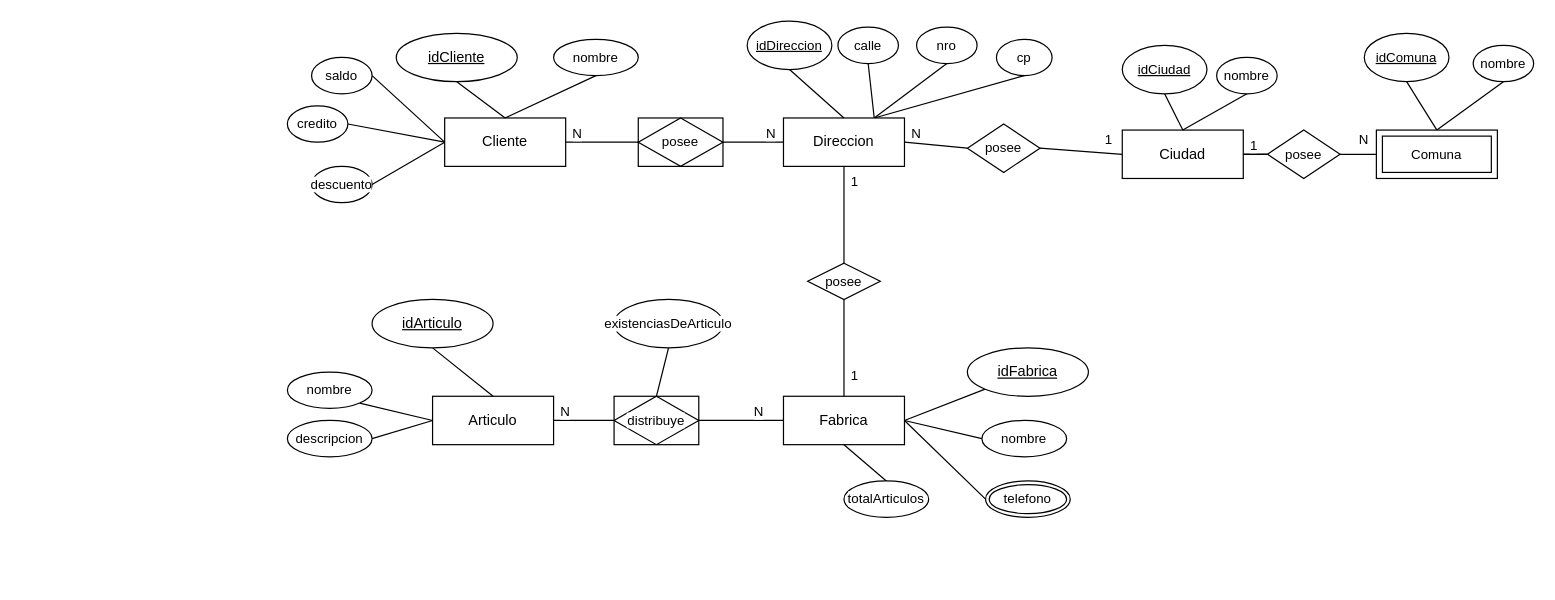
The draw.io diagram ej9.drawio in Donnie-MS/DiagramasUML-BaseDeDatos-Objetos2, before the edit. Source tidied: cells renumbered, new cells numbered last; positions are measured from the earlier drawing's top-left corner, leaving out a move shared by most shapes. Both pictures are drawn from the tidied source at 121%, with x=0, y=0 at pixel (287, 21).
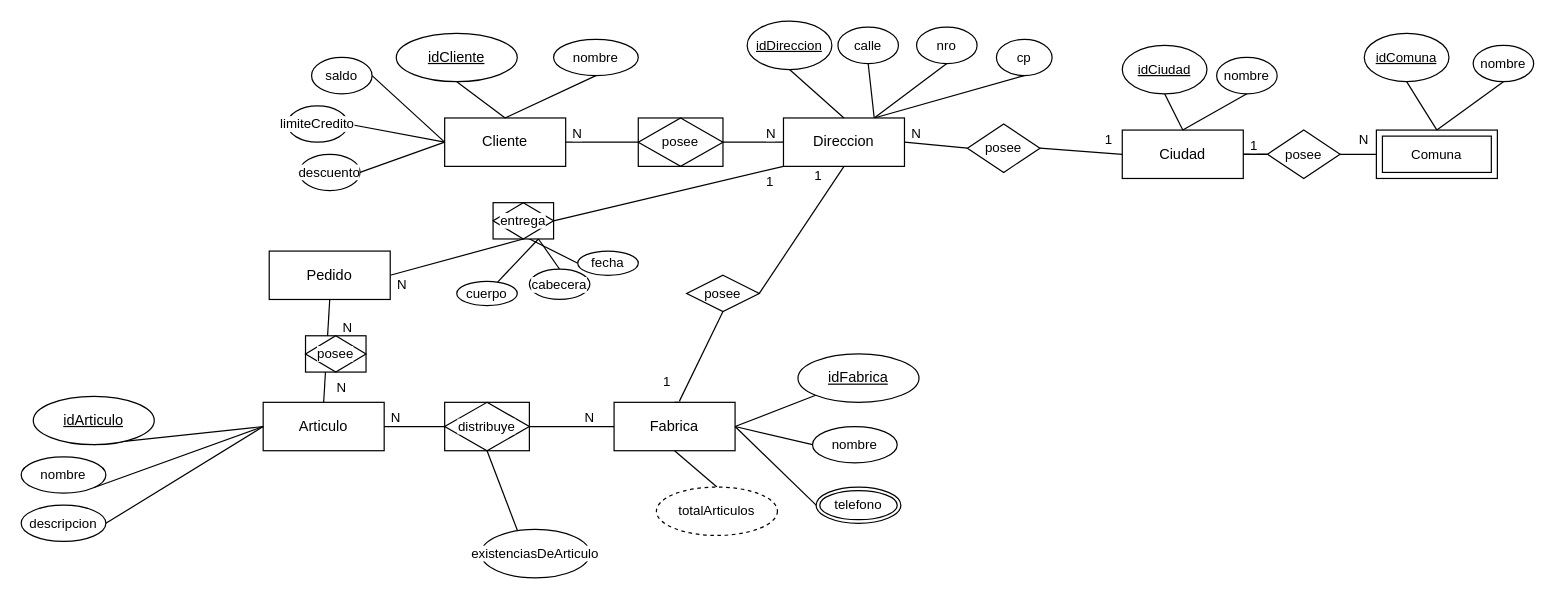
The same diagram, later.

Unchanged cells that the change refers to:
```xml
<mxCell id="10" value="Direccion" style="whiteSpace=wrap;html=1;align=center;" parent="1" vertex="1">
  <mxGeometry x="410" y="80" width="100" height="40" as="geometry" />
</mxCell>
```

The edit, as a diff of the source:
```diff
@@
-    <mxCell id="25" value="credito" style="ellipse;whiteSpace=wrap;html=1;align=center;fontFamily=Helvetica;fontSize=11;fontColor=default;labelBackgroundColor=default;" parent="1" vertex="1">
+    <mxCell id="25" value="limiteCredito" style="ellipse;whiteSpace=wrap;html=1;align=center;fontFamily=Helvetica;fontSize=11;fontColor=default;labelBackgroundColor=default;" parent="1" vertex="1">
       <mxGeometry y="70" width="50" height="30" as="geometry" />
     </mxCell>
@@
     <mxCell id="27" value="descuento" style="ellipse;whiteSpace=wrap;html=1;align=center;fontFamily=Helvetica;fontSize=11;fontColor=default;labelBackgroundColor=default;" parent="1" vertex="1">
-      <mxGeometry x="20" y="120" width="50" height="30" as="geometry" />
+      <mxGeometry x="10" y="110" width="50" height="30" as="geometry" />
     </mxCell>
@@
     <mxCell id="29" value="Articulo" style="whiteSpace=wrap;html=1;align=center;" parent="1" vertex="1">
-      <mxGeometry x="120" y="310" width="100" height="40" as="geometry" />
+      <mxGeometry x="-20" y="315" width="100" height="40" as="geometry" />
     </mxCell>
@@
-    <mxCell id="31" style="edgeStyle=none;shape=connector;rounded=0;jettySize=auto;html=1;exitX=0.5;exitY=0;exitDx=0;exitDy=0;entryX=0.5;entryY=1;entryDx=0;entryDy=0;strokeColor=default;align=center;verticalAlign=middle;fontFamily=Helvetica;fontSize=11;fontColor=default;labelBackgroundColor=default;endArrow=none;" parent="1" edge="1" source="54" target="10">
+    <mxCell id="31" style="edgeStyle=none;shape=connector;rounded=0;jettySize=auto;html=1;exitX=1;exitY=0.5;exitDx=0;exitDy=0;entryX=0.5;entryY=1;entryDx=0;entryDy=0;strokeColor=default;align=center;verticalAlign=middle;fontFamily=Helvetica;fontSize=11;fontColor=default;labelBackgroundColor=default;endArrow=none;" parent="1" edge="1" source="54" target="10">
       <mxGeometry relative="1" as="geometry" />
     </mxCell>
     <mxCell id="32" value="Fabrica" style="whiteSpace=wrap;html=1;align=center;" parent="1" vertex="1">
-      <mxGeometry x="410" y="310" width="100" height="40" as="geometry" />
+      <mxGeometry x="270" y="315" width="100" height="40" as="geometry" />
     </mxCell>
@@
     <mxCell id="34" value="distribuye" style="shape=associativeEntity;whiteSpace=wrap;html=1;align=center;fontFamily=Helvetica;fontSize=11;fontColor=default;labelBackgroundColor=default;" parent="1" vertex="1">
-      <mxGeometry x="270" y="310" width="70" height="40" as="geometry" />
+      <mxGeometry x="130" y="315" width="70" height="40" as="geometry" />
     </mxCell>
     <mxCell id="35" value="N" style="text;strokeColor=none;fillColor=none;spacingLeft=4;spacingRight=4;overflow=hidden;fontSize=11;whiteSpace=wrap;html=1;fontFamily=Helvetica;fontColor=default;labelBackgroundColor=default;" parent="1" vertex="1">
-      <mxGeometry x="380" y="310" width="20" height="30" as="geometry" />
+      <mxGeometry x="240" y="315" width="20" height="30" as="geometry" />
     </mxCell>
     <mxCell id="36" value="N" style="text;strokeColor=none;fillColor=none;spacingLeft=4;spacingRight=4;overflow=hidden;fontSize=11;whiteSpace=wrap;html=1;fontFamily=Helvetica;fontColor=default;labelBackgroundColor=default;" parent="1" vertex="1">
-      <mxGeometry x="220" y="310" width="20" height="30" as="geometry" />
+      <mxGeometry x="80" y="315" width="20" height="30" as="geometry" />
     </mxCell>
-    <mxCell id="37" style="edgeStyle=none;shape=connector;rounded=0;jettySize=auto;html=1;exitX=0.5;exitY=1;exitDx=0;exitDy=0;entryX=0.5;entryY=0;entryDx=0;entryDy=0;strokeColor=default;align=center;verticalAlign=middle;fontFamily=Helvetica;fontSize=11;fontColor=default;labelBackgroundColor=default;endArrow=none;" parent="1" edge="1" source="38" target="34">
+    <mxCell id="37" style="edgeStyle=none;shape=connector;rounded=0;jettySize=auto;html=1;exitX=0.5;exitY=1;exitDx=0;exitDy=0;strokeColor=default;align=center;verticalAlign=middle;fontFamily=Helvetica;fontSize=11;fontColor=default;labelBackgroundColor=default;endArrow=none;entryX=0.5;entryY=1;entryDx=0;entryDy=0;" parent="1" edge="1" source="38" target="34">
       <mxGeometry relative="1" as="geometry" />
     </mxCell>
     <mxCell id="38" value="existenciasDeArticulo" style="ellipse;whiteSpace=wrap;html=1;align=center;fontFamily=Helvetica;fontSize=11;fontColor=default;labelBackgroundColor=default;" parent="1" vertex="1">
-      <mxGeometry x="270" y="230" width="90" height="40" as="geometry" />
+      <mxGeometry x="160" y="420" width="90" height="40" as="geometry" />
     </mxCell>
-    <mxCell id="39" style="edgeStyle=none;shape=connector;rounded=0;jettySize=auto;html=1;exitX=0.5;exitY=1;exitDx=0;exitDy=0;entryX=0.5;entryY=0;entryDx=0;entryDy=0;strokeColor=default;align=center;verticalAlign=middle;fontFamily=Helvetica;fontSize=11;fontColor=default;labelBackgroundColor=default;endArrow=none;" parent="1" edge="1" source="40" target="29">
+    <mxCell id="39" style="edgeStyle=none;shape=connector;rounded=0;jettySize=auto;html=1;exitX=0.5;exitY=1;exitDx=0;exitDy=0;entryX=0;entryY=0.5;entryDx=0;entryDy=0;strokeColor=default;align=center;verticalAlign=middle;fontFamily=Helvetica;fontSize=11;fontColor=default;labelBackgroundColor=default;endArrow=none;" parent="1" edge="1" source="40" target="29">
       <mxGeometry relative="1" as="geometry" />
     </mxCell>
     <mxCell id="40" value="idArticulo" style="ellipse;whiteSpace=wrap;html=1;align=center;fontStyle=4;" parent="1" vertex="1">
-      <mxGeometry x="70" y="230" width="100" height="40" as="geometry" />
+      <mxGeometry x="-210" y="310" width="100" height="40" as="geometry" />
     </mxCell>
@@
     <mxCell id="42" value="idFabrica" style="ellipse;whiteSpace=wrap;html=1;align=center;fontStyle=4;" parent="1" vertex="1">
-      <mxGeometry x="562" y="270" width="100" height="40" as="geometry" />
+      <mxGeometry x="422" y="275" width="100" height="40" as="geometry" />
     </mxCell>
@@
     <mxCell id="45" value="nombre" style="ellipse;whiteSpace=wrap;html=1;align=center;fontFamily=Helvetica;fontSize=11;fontColor=default;labelBackgroundColor=default;" parent="1" vertex="1">
-      <mxGeometry y="290" width="70" height="30" as="geometry" />
+      <mxGeometry x="-220" y="360" width="70" height="30" as="geometry" />
     </mxCell>
     <mxCell id="46" style="edgeStyle=none;shape=connector;rounded=0;jettySize=auto;html=1;exitX=1;exitY=0.5;exitDx=0;exitDy=0;strokeColor=default;align=center;verticalAlign=middle;fontFamily=Helvetica;fontSize=11;fontColor=default;labelBackgroundColor=default;endArrow=none;" parent="1" edge="1" source="47">
       <mxGeometry relative="1" as="geometry">
-        <mxPoint x="120" y="330" as="targetPoint" />
+        <mxPoint x="-20" y="335" as="targetPoint" />
       </mxGeometry>
     </mxCell>
     <mxCell id="47" value="descripcion" style="ellipse;whiteSpace=wrap;html=1;align=center;fontFamily=Helvetica;fontSize=11;fontColor=default;labelBackgroundColor=default;" parent="1" vertex="1">
-      <mxGeometry y="330" width="70" height="30" as="geometry" />
+      <mxGeometry x="-220" y="400" width="70" height="30" as="geometry" />
     </mxCell>
     <mxCell id="48" value="nombre" style="ellipse;whiteSpace=wrap;html=1;align=center;fontFamily=Helvetica;fontSize=11;fontColor=default;labelBackgroundColor=default;" parent="1" vertex="1">
-      <mxGeometry x="574" y="330" width="70" height="30" as="geometry" />
+      <mxGeometry x="434" y="335" width="70" height="30" as="geometry" />
     </mxCell>
     <mxCell id="49" style="edgeStyle=none;shape=connector;rounded=0;jettySize=auto;html=1;exitX=0;exitY=0.5;exitDx=0;exitDy=0;strokeColor=default;align=center;verticalAlign=middle;fontFamily=Helvetica;fontSize=11;fontColor=default;labelBackgroundColor=default;endArrow=none;" parent="1" edge="1" source="50">
       <mxGeometry relative="1" as="geometry">
-        <mxPoint x="510" y="330" as="targetPoint" />
+        <mxPoint x="370" y="335" as="targetPoint" />
       </mxGeometry>
     </mxCell>
     <mxCell id="50" value="telefono" style="ellipse;shape=doubleEllipse;margin=3;whiteSpace=wrap;html=1;align=center;fontFamily=Helvetica;fontSize=11;fontColor=default;labelBackgroundColor=default;" parent="1" vertex="1">
-      <mxGeometry x="577" y="380" width="70" height="30" as="geometry" />
+      <mxGeometry x="437" y="385" width="70" height="30" as="geometry" />
     </mxCell>
     <mxCell id="51" value="1" style="text;strokeColor=none;fillColor=none;spacingLeft=4;spacingRight=4;overflow=hidden;fontSize=11;whiteSpace=wrap;html=1;fontFamily=Helvetica;fontColor=default;labelBackgroundColor=default;" parent="1" vertex="1">
-      <mxGeometry x="460" y="120" width="40" height="30" as="geometry" />
+      <mxGeometry x="430" y="115" width="40" height="30" as="geometry" />
     </mxCell>
-    <mxCell id="52" value="1" style="text;strokeColor=none;fillColor=none;spacingLeft=4;spacingRight=4;overflow=hidden;points=[[0,0.5],[1,0.5]];portConstraint=eastwest;fontSize=11;whiteSpace=wrap;html=1;fontFamily=Helvetica;fontColor=default;labelBackgroundColor=default;" parent="1" vertex="1">
-      <mxGeometry x="460" y="280" width="40" height="30" as="geometry" />
-    </mxCell>
-    <mxCell id="53" style="edgeStyle=none;shape=connector;rounded=0;jettySize=auto;html=1;exitX=0.5;exitY=0;exitDx=0;exitDy=0;entryX=0.5;entryY=1;entryDx=0;entryDy=0;strokeColor=default;align=center;verticalAlign=middle;fontFamily=Helvetica;fontSize=11;fontColor=default;labelBackgroundColor=default;endArrow=none;" parent="1" edge="1" source="32" target="54">
+    <mxCell id="53" style="edgeStyle=none;shape=connector;rounded=0;jettySize=auto;html=1;exitX=0.475;exitY=0.967;exitDx=0;exitDy=0;entryX=0.5;entryY=1;entryDx=0;entryDy=0;strokeColor=default;align=center;verticalAlign=middle;fontFamily=Helvetica;fontSize=11;fontColor=default;labelBackgroundColor=default;endArrow=none;exitPerimeter=0;" parent="1" edge="1" source="52" target="54">
       <mxGeometry relative="1" as="geometry" />
     </mxCell>
     <mxCell id="54" value="posee" style="shape=rhombus;perimeter=rhombusPerimeter;whiteSpace=wrap;html=1;align=center;fontFamily=Helvetica;fontSize=11;fontColor=default;labelBackgroundColor=default;" parent="1" vertex="1">
-      <mxGeometry x="430" y="200" width="60" height="30" as="geometry" />
+      <mxGeometry x="330" y="210" width="60" height="30" as="geometry" />
     </mxCell>
-    <mxCell id="55" style="edgeStyle=none;shape=connector;rounded=0;jettySize=auto;html=1;exitX=0.5;exitY=0;exitDx=0;exitDy=0;entryX=0.5;entryY=1;entryDx=0;entryDy=0;strokeColor=default;align=center;verticalAlign=middle;fontFamily=Helvetica;fontSize=11;fontColor=default;labelBackgroundColor=default;endArrow=none;" parent="1" edge="1" source="56" target="32">
-      <mxGeometry relative="1" as="geometry" />
+    <mxCell id="55" style="edgeStyle=none;shape=connector;rounded=0;jettySize=auto;html=1;exitX=0.5;exitY=0;exitDx=0;exitDy=0;entryX=0.5;entryY=1;entryDx=0;entryDy=0;strokeColor=default;align=center;verticalAlign=middle;fontFamily=Helvetica;fontSize=11;fontColor=default;labelBackgroundColor=default;endArrow=none;" parent="1" edge="1" target="32">
+      <mxGeometry relative="1" as="geometry">
+        <mxPoint x="355" y="385" as="sourcePoint" />
+      </mxGeometry>
     </mxCell>
-    <mxCell id="56" value="totalArticulos" style="ellipse;whiteSpace=wrap;html=1;align=center;fontFamily=Helvetica;fontSize=11;fontColor=default;labelBackgroundColor=default;" parent="1" vertex="1">
-      <mxGeometry x="460" y="380" width="70" height="30" as="geometry" />
-    </mxCell>
@@
+    <mxCell id="77" style="edgeStyle=none;shape=connector;rounded=0;jettySize=auto;html=1;exitX=1;exitY=0.5;exitDx=0;exitDy=0;entryX=0;entryY=1;entryDx=0;entryDy=0;strokeColor=default;align=center;verticalAlign=middle;fontFamily=Helvetica;fontSize=11;fontColor=default;labelBackgroundColor=default;endArrow=none;" parent="1" edge="1" source="86" target="10">
+      <mxGeometry relative="1" as="geometry" />
+    </mxCell>
+    <mxCell id="78" style="edgeStyle=none;shape=connector;rounded=0;jettySize=auto;html=1;exitX=0.5;exitY=1;exitDx=0;exitDy=0;entryX=0.5;entryY=0;entryDx=0;entryDy=0;strokeColor=default;align=center;verticalAlign=middle;fontFamily=Helvetica;fontSize=11;fontColor=default;labelBackgroundColor=default;endArrow=none;" parent="1" edge="1" source="80" target="29">
+      <mxGeometry relative="1" as="geometry" />
+    </mxCell>
+    <mxCell id="79" style="edgeStyle=none;shape=connector;rounded=0;jettySize=auto;html=1;exitX=1;exitY=0.5;exitDx=0;exitDy=0;entryX=0.5;entryY=1;entryDx=0;entryDy=0;strokeColor=default;align=center;verticalAlign=middle;fontFamily=Helvetica;fontSize=11;fontColor=default;labelBackgroundColor=default;endArrow=none;" parent="1" edge="1" source="80" target="86">
+      <mxGeometry relative="1" as="geometry" />
+    </mxCell>
+    <mxCell id="80" value="Pedido" style="whiteSpace=wrap;html=1;align=center;" parent="1" vertex="1">
+      <mxGeometry x="-15" y="190" width="100" height="40" as="geometry" />
+    </mxCell>
+    <mxCell id="81" style="edgeStyle=none;shape=connector;rounded=0;jettySize=auto;html=1;exitX=0.5;exitY=0;exitDx=0;exitDy=0;entryX=0.5;entryY=1;entryDx=0;entryDy=0;strokeColor=default;align=center;verticalAlign=middle;fontFamily=Helvetica;fontSize=11;fontColor=default;labelBackgroundColor=default;endArrow=none;" parent="1" edge="1" source="32" target="52">
+      <mxGeometry relative="1" as="geometry" />
+    </mxCell>
+    <mxCell id="52" value="1" style="text;strokeColor=none;fillColor=none;spacingLeft=4;spacingRight=4;overflow=hidden;points=[[0,0.5],[1,0.5]];portConstraint=eastwest;fontSize=11;whiteSpace=wrap;html=1;fontFamily=Helvetica;fontColor=default;labelBackgroundColor=default;" parent="1" vertex="1">
+      <mxGeometry x="305" y="285" width="40" height="30" as="geometry" />
+    </mxCell>
+    <mxCell id="82" value="N" style="text;strokeColor=none;fillColor=none;spacingLeft=4;spacingRight=4;overflow=hidden;fontSize=11;whiteSpace=wrap;html=1;fontFamily=Helvetica;fontColor=default;labelBackgroundColor=default;" parent="1" vertex="1">
+      <mxGeometry x="35" y="290" width="20" height="30" as="geometry" />
+    </mxCell>
+    <mxCell id="83" value="N" style="text;strokeColor=none;fillColor=none;spacingLeft=4;spacingRight=4;overflow=hidden;fontSize=11;whiteSpace=wrap;html=1;fontFamily=Helvetica;fontColor=default;labelBackgroundColor=default;" parent="1" vertex="1">
+      <mxGeometry x="40" y="240" width="20" height="30" as="geometry" />
+    </mxCell>
+    <mxCell id="84" value="posee" style="shape=associativeEntity;whiteSpace=wrap;html=1;align=center;fontFamily=Helvetica;fontSize=11;fontColor=default;labelBackgroundColor=default;" parent="1" vertex="1">
+      <mxGeometry x="15" y="260" width="50" height="30" as="geometry" />
+    </mxCell>
+    <mxCell id="85" style="edgeStyle=none;shape=connector;rounded=0;jettySize=auto;html=1;exitX=0.587;exitY=0.989;exitDx=0;exitDy=0;entryX=0;entryY=0.5;entryDx=0;entryDy=0;strokeColor=default;align=center;verticalAlign=middle;fontFamily=Helvetica;fontSize=11;fontColor=default;labelBackgroundColor=default;endArrow=none;exitPerimeter=0;" parent="1" edge="1" source="86" target="92">
+      <mxGeometry relative="1" as="geometry" />
+    </mxCell>
+    <mxCell id="86" value="entrega" style="shape=associativeEntity;whiteSpace=wrap;html=1;align=center;fontFamily=Helvetica;fontSize=11;fontColor=default;labelBackgroundColor=default;" parent="1" vertex="1">
+      <mxGeometry x="170" y="150" width="50" height="30" as="geometry" />
+    </mxCell>
+    <mxCell id="87" value="1" style="text;strokeColor=none;fillColor=none;spacingLeft=4;spacingRight=4;overflow=hidden;fontSize=11;whiteSpace=wrap;html=1;fontFamily=Helvetica;fontColor=default;labelBackgroundColor=default;" parent="1" vertex="1">
+      <mxGeometry x="390" y="120" width="20" height="30" as="geometry" />
+    </mxCell>
+    <mxCell id="88" style="edgeStyle=none;shape=connector;rounded=0;jettySize=auto;html=1;exitX=0.5;exitY=0;exitDx=0;exitDy=0;entryX=0.75;entryY=1;entryDx=0;entryDy=0;strokeColor=default;align=center;verticalAlign=middle;fontFamily=Helvetica;fontSize=11;fontColor=default;labelBackgroundColor=default;endArrow=none;" parent="1" edge="1" source="89" target="86">
+      <mxGeometry relative="1" as="geometry" />
+    </mxCell>
+    <mxCell id="89" value="cabecera" style="ellipse;whiteSpace=wrap;html=1;align=center;fontFamily=Helvetica;fontSize=11;fontColor=default;labelBackgroundColor=default;" parent="1" vertex="1">
+      <mxGeometry x="200" y="205" width="50" height="25" as="geometry" />
+    </mxCell>
+    <mxCell id="90" style="edgeStyle=none;shape=connector;rounded=0;jettySize=auto;html=1;strokeColor=default;align=center;verticalAlign=middle;fontFamily=Helvetica;fontSize=11;fontColor=default;labelBackgroundColor=default;endArrow=none;entryX=0.75;entryY=1;entryDx=0;entryDy=0;" parent="1" edge="1" source="91" target="86">
+      <mxGeometry relative="1" as="geometry" />
+    </mxCell>
+    <mxCell id="91" value="cuerpo" style="ellipse;whiteSpace=wrap;html=1;align=center;fontFamily=Helvetica;fontSize=11;fontColor=default;labelBackgroundColor=default;" parent="1" vertex="1">
+      <mxGeometry x="140" y="215" width="50" height="20" as="geometry" />
+    </mxCell>
+    <mxCell id="92" value="fecha" style="ellipse;whiteSpace=wrap;html=1;align=center;fontFamily=Helvetica;fontSize=11;fontColor=default;labelBackgroundColor=default;" parent="1" vertex="1">
+      <mxGeometry x="240" y="190" width="50" height="20" as="geometry" />
+    </mxCell>
+    <mxCell id="56" value="totalArticulos" style="ellipse;whiteSpace=wrap;html=1;align=center;dashed=1;fontFamily=Helvetica;fontSize=11;fontColor=default;labelBackgroundColor=default;" parent="1" vertex="1">
+      <mxGeometry x="305" y="385" width="100" height="40" as="geometry" />
+    </mxCell>
+    <mxCell id="93" value="N" style="text;strokeColor=none;fillColor=none;spacingLeft=4;spacingRight=4;overflow=hidden;fontSize=11;whiteSpace=wrap;html=1;fontFamily=Helvetica;fontColor=default;labelBackgroundColor=default;" parent="1" vertex="1">
+      <mxGeometry x="85" y="205" width="20" height="30" as="geometry" />
+    </mxCell>
```
